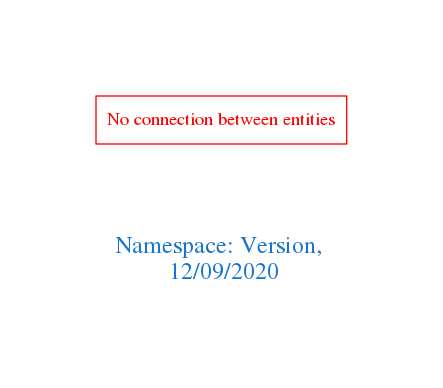
Above: downloads/Version.png in arago/OGIT (Graphviz), before the change. Its source is kept beside it as downloads/Version.dot.
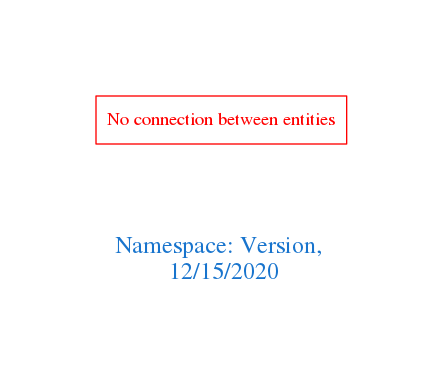
The same diagram one commit later.

Change to the diagram source:
```diff
@@ -1,7 +1,7 @@
 digraph OGIT_ontology {
  graph [ rankdir= LR,pad=1
 fontsize = 18,
-fontcolor= dodgerblue3,label = "\n\n\nNamespace: Version, \n 12/09/2020"];
+fontcolor= dodgerblue3,label = "\n\n\nNamespace: Version, \n 12/15/2020"];
 node[shape=polygon];
 edge [  color="gray81"];
 
```
